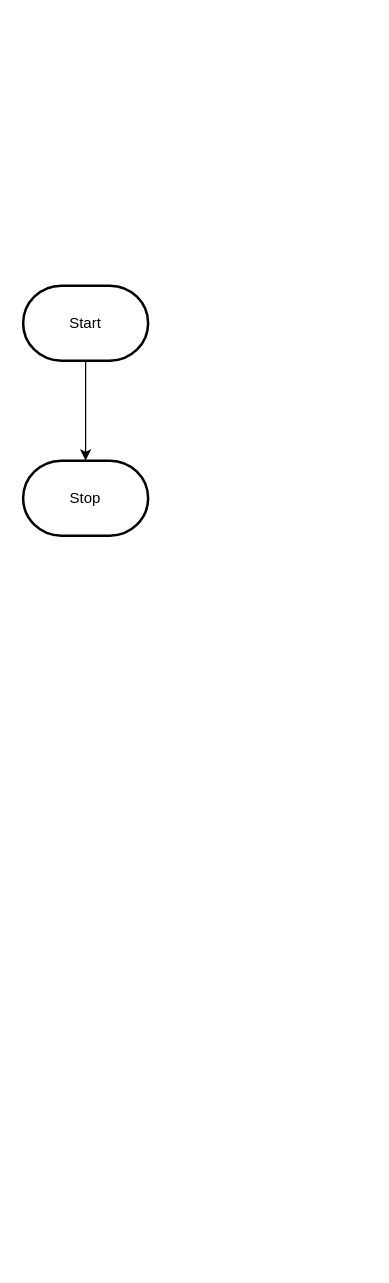
The draw.io diagram design/flowchart.drawio in MTHS-ICD2O-1-2023/ICD2O-Unit-5-07-tymofii-stepanov, before the edit. Source tidied: cells renumbered, new cells numbered last; positions are measured from the earlier drawing's top-left corner, leaving out a move shared by most shapes. Both pictures are drawn from the tidied source at 125%, with x=0, y=0 at pixel (22, 285).
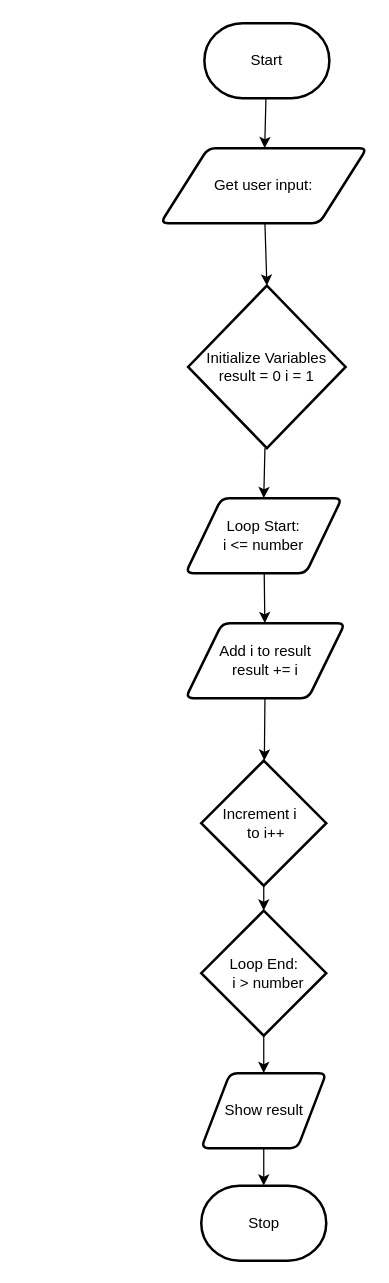
The same page after the edit.

Change to the diagram source:
```diff
@@
 <mxGraphModel>
   <root>
     <mxCell id="0" />
     <mxCell id="1" parent="0" />
-    <mxCell id="2" style="edgeStyle=orthogonalEdgeStyle;html=1;rounded=0;" parent="1" edge="1" source="3" target="4">
-      <mxGeometry relative="1" as="geometry" />
-    </mxCell>
+    <mxCell id="5" style="edgeStyle=none;html=1;" parent="1" edge="1" source="3" target="7">
+      <mxGeometry relative="1" as="geometry" />
+    </mxCell>
     <mxCell id="3" value="Start" style="strokeWidth=2;html=1;shape=mxgraph.flowchart.terminator;whiteSpace=wrap;" parent="1" vertex="1">
-      <mxGeometry width="100" height="60" as="geometry" />
+      <mxGeometry x="145" y="-210" width="100" height="60" as="geometry" />
     </mxCell>
     <mxCell id="4" value="Stop" style="strokeWidth=2;html=1;shape=mxgraph.flowchart.terminator;whiteSpace=wrap;" parent="1" vertex="1">
-      <mxGeometry y="140" width="100" height="60" as="geometry" />
+      <mxGeometry x="142.5" y="720" width="100" height="60" as="geometry" />
     </mxCell>
+    <mxCell id="6" style="edgeStyle=none;html=1;entryX=0.5;entryY=0;entryDx=0;entryDy=0;entryPerimeter=0;" parent="1" edge="1" source="7" target="9">
+      <mxGeometry relative="1" as="geometry" />
+    </mxCell>
+    <mxCell id="7" value="Get user input:" style="shape=parallelogram;html=1;strokeWidth=2;perimeter=parallelogramPerimeter;whiteSpace=wrap;rounded=1;arcSize=12;size=0.23;" parent="1" vertex="1">
+      <mxGeometry x="110" y="-110" width="165" height="60" as="geometry" />
+    </mxCell>
+    <mxCell id="8" style="edgeStyle=none;html=1;entryX=0.5;entryY=0;entryDx=0;entryDy=0;" parent="1" edge="1" source="9" target="11">
+      <mxGeometry relative="1" as="geometry" />
+    </mxCell>
+    <mxCell id="9" value="Initialize Variables&#10;result = 0 i = 1" style="strokeWidth=2;html=1;shape=mxgraph.flowchart.decision;whiteSpace=wrap;" parent="1" vertex="1">
+      <mxGeometry x="132" width="126" height="130" as="geometry" />
+    </mxCell>
+    <mxCell id="10" style="edgeStyle=none;html=1;" parent="1" edge="1" source="11" target="13">
+      <mxGeometry relative="1" as="geometry" />
+    </mxCell>
+    <mxCell id="11" value="Loop Start:&#10;i &lt;= number" style="shape=parallelogram;html=1;strokeWidth=2;perimeter=parallelogramPerimeter;whiteSpace=wrap;rounded=1;arcSize=12;size=0.23;" parent="1" vertex="1">
+      <mxGeometry x="130" y="170" width="125" height="60" as="geometry" />
+    </mxCell>
+    <mxCell id="12" style="edgeStyle=none;html=1;" parent="1" edge="1" source="13" target="15">
+      <mxGeometry relative="1" as="geometry" />
+    </mxCell>
+    <mxCell id="13" value="Add i to result&#10;result += i" style="shape=parallelogram;html=1;strokeWidth=2;perimeter=parallelogramPerimeter;whiteSpace=wrap;rounded=1;arcSize=12;size=0.23;" parent="1" vertex="1">
+      <mxGeometry x="130" y="270" width="127.5" height="60" as="geometry" />
+    </mxCell>
+    <mxCell id="14" style="edgeStyle=none;html=1;" parent="1" edge="1" source="15" target="17">
+      <mxGeometry relative="1" as="geometry" />
+    </mxCell>
+    <mxCell id="15" value="Increment i  &#10; to i++" style="strokeWidth=2;html=1;shape=mxgraph.flowchart.decision;whiteSpace=wrap;" parent="1" vertex="1">
+      <mxGeometry x="142.5" y="380" width="100" height="100" as="geometry" />
+    </mxCell>
+    <mxCell id="16" style="edgeStyle=none;html=1;" parent="1" edge="1" source="17" target="19">
+      <mxGeometry relative="1" as="geometry" />
+    </mxCell>
+    <mxCell id="17" value="Loop End:&#10;  i &gt; number" style="strokeWidth=2;html=1;shape=mxgraph.flowchart.decision;whiteSpace=wrap;" parent="1" vertex="1">
+      <mxGeometry x="142.5" y="500" width="100" height="100" as="geometry" />
+    </mxCell>
+    <mxCell id="18" style="edgeStyle=none;html=1;" parent="1" edge="1" source="19" target="4">
+      <mxGeometry relative="1" as="geometry" />
+    </mxCell>
+    <mxCell id="19" value="Show result" style="shape=parallelogram;html=1;strokeWidth=2;perimeter=parallelogramPerimeter;whiteSpace=wrap;rounded=1;arcSize=12;size=0.23;" parent="1" vertex="1">
+      <mxGeometry x="142.5" y="630" width="100" height="60" as="geometry" />
+    </mxCell>
   </root>
 </mxGraphModel>
```
